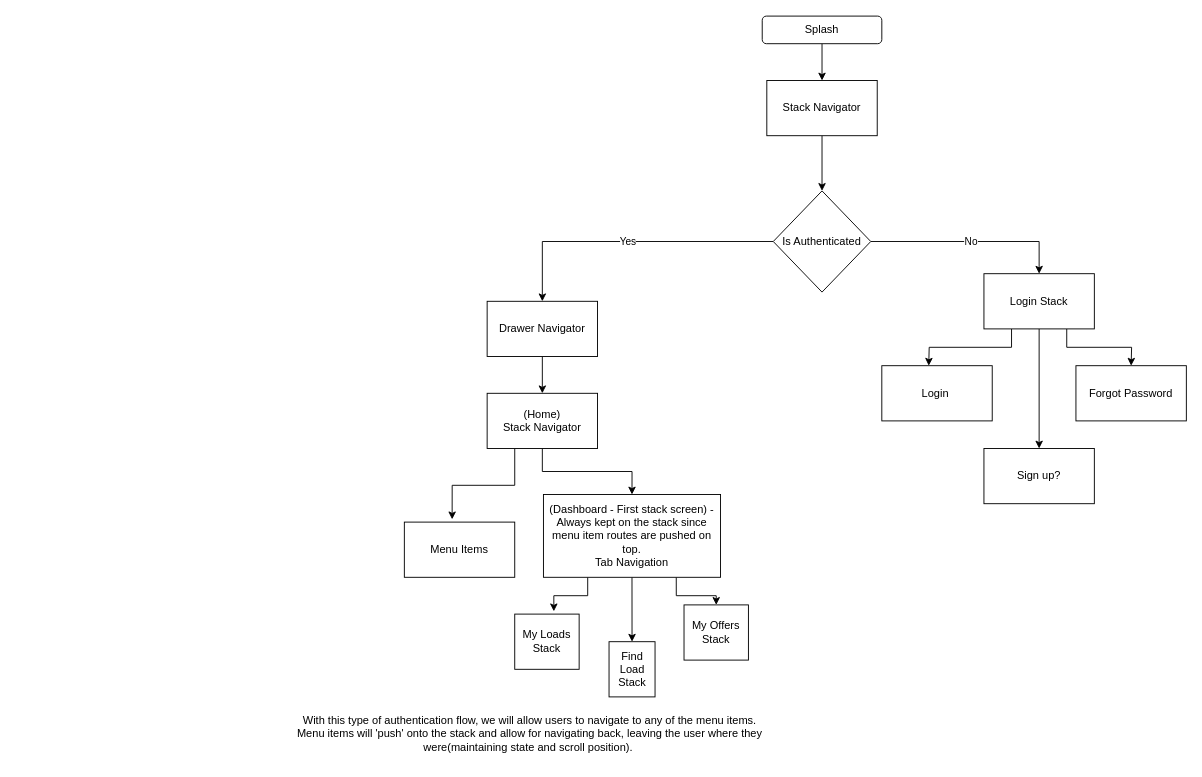
The draw.io diagram navigation.drawio in beesnat-chr/navigation_diagram, before the edit. Source tidied: cells renumbered, new cells numbered last; positions are measured from the earlier drawing's top-left corner, leaving out a move shared by most shapes. Both pictures are drawn from the tidied source at 92%, with x=0, y=0 at pixel (285, 16).
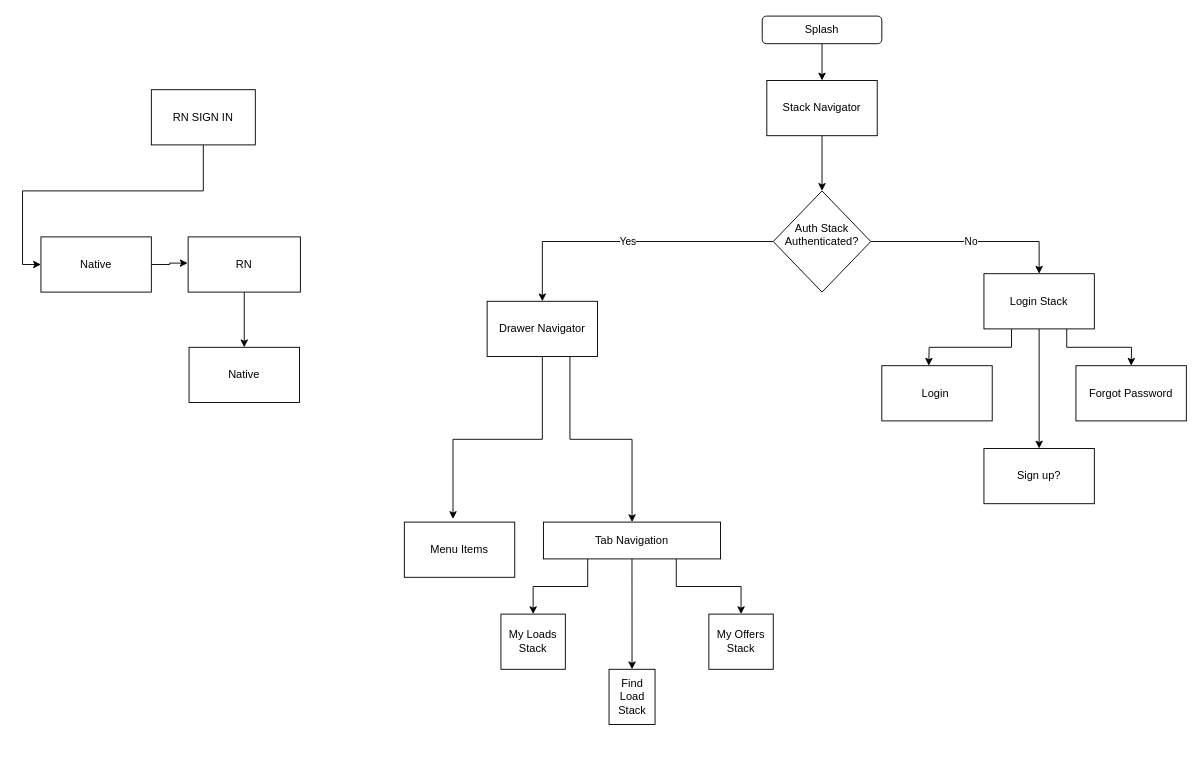
Above is the later version.

Unchanged cells that the change refers to:
```xml
<mxCell id="10" value="Drawer Navigator" style="rounded=0;whiteSpace=wrap;html=1;" parent="1" vertex="1">
  <mxGeometry x="219" y="310" width="120" height="60" as="geometry" />
</mxCell>
<mxCell id="21" value="Menu Items" style="rounded=0;whiteSpace=wrap;html=1;" parent="1" vertex="1">
  <mxGeometry x="129" y="550" width="120" height="60" as="geometry" />
</mxCell>
```

What changed in the source:
```diff
@@
-    <mxCell id="8" value="Is Authenticated" style="rhombus;whiteSpace=wrap;html=1;" parent="1" vertex="1">
+    <mxCell id="8" value="Auth Stack&lt;br&gt;Authenticated?&lt;br&gt;&amp;nbsp;" style="rhombus;whiteSpace=wrap;html=1;" parent="1" vertex="1">
       <mxGeometry x="530" y="190" width="106" height="110" as="geometry" />
     </mxCell>
-    <mxCell id="9" style="edgeStyle=orthogonalEdgeStyle;rounded=0;jettySize=auto;html=1;exitX=0.5;exitY=1;exitDx=0;exitDy=0;entryX=0.5;entryY=0;entryDx=0;entryDy=0;" parent="1" edge="1" source="10" target="13">
+    <mxCell id="9" style="edgeStyle=orthogonalEdgeStyle;rounded=0;jettySize=auto;html=1;exitX=0.5;exitY=1;exitDx=0;exitDy=0;entryX=0.441;entryY=-0.056;entryDx=0;entryDy=0;entryPerimeter=0;" parent="1" edge="1" source="10" target="21">
       <mxGeometry relative="1" as="geometry" />
     </mxCell>
+    <mxCell id="30" style="edgeStyle=orthogonalEdgeStyle;rounded=0;jettySize=auto;html=1;exitX=0.75;exitY=1;exitDx=0;exitDy=0;" parent="1" edge="1" source="10" target="17">
+      <mxGeometry relative="1" as="geometry" />
+    </mxCell>
@@
-    <mxCell id="11" style="edgeStyle=orthogonalEdgeStyle;rounded=0;jettySize=auto;html=1;exitX=0.5;exitY=1;exitDx=0;exitDy=0;entryX=0.5;entryY=0;entryDx=0;entryDy=0;" parent="1" edge="1" source="13" target="17">
-      <mxGeometry relative="1" as="geometry" />
-    </mxCell>
-    <mxCell id="12" style="edgeStyle=orthogonalEdgeStyle;rounded=0;jettySize=auto;html=1;exitX=0.25;exitY=1;exitDx=0;exitDy=0;entryX=0.433;entryY=-0.05;entryDx=0;entryDy=0;entryPerimeter=0;" parent="1" edge="1" source="13" target="21">
-      <mxGeometry relative="1" as="geometry" />
-    </mxCell>
-    <mxCell id="13" value="(Home)&lt;br&gt;Stack Navigator" style="rounded=0;whiteSpace=wrap;html=1;" parent="1" vertex="1">
-      <mxGeometry x="219" y="410" width="120" height="60" as="geometry" />
-    </mxCell>
-    <mxCell id="14" style="edgeStyle=orthogonalEdgeStyle;rounded=0;jettySize=auto;html=1;exitX=0.25;exitY=1;exitDx=0;exitDy=0;entryX=0.607;entryY=-0.05;entryDx=0;entryDy=0;entryPerimeter=0;" parent="1" edge="1" source="17" target="18">
+    <mxCell id="14" style="edgeStyle=orthogonalEdgeStyle;rounded=0;jettySize=auto;html=1;exitX=0.25;exitY=1;exitDx=0;exitDy=0;entryX=0.5;entryY=0;entryDx=0;entryDy=0;" parent="1" edge="1" source="17" target="18">
       <mxGeometry relative="1" as="geometry" />
     </mxCell>
@@
-    <mxCell id="17" value="(Dashboard - First stack screen) - Always kept on the stack since menu item routes are pushed on top.&lt;br&gt;Tab Navigation" style="rounded=0;whiteSpace=wrap;html=1;" parent="1" vertex="1">
-      <mxGeometry x="280.2" y="520" width="192.5" height="90" as="geometry" />
+    <mxCell id="17" value="Tab Navigation" style="rounded=0;whiteSpace=wrap;html=1;" parent="1" vertex="1">
+      <mxGeometry x="280.2" y="550" width="192.5" height="40" as="geometry" />
     </mxCell>
     <mxCell id="18" value="My Loads Stack" style="rounded=0;whiteSpace=wrap;html=1;" parent="1" vertex="1">
-      <mxGeometry x="249" y="650" width="70" height="60" as="geometry" />
+      <mxGeometry x="234" y="650" width="70" height="60" as="geometry" />
     </mxCell>
     <mxCell id="19" value="Find Load Stack" style="rounded=0;whiteSpace=wrap;html=1;" parent="1" vertex="1">
-      <mxGeometry x="351.5" y="680" width="50" height="60" as="geometry" />
+      <mxGeometry x="351.5" y="710" width="50" height="60" as="geometry" />
     </mxCell>
     <mxCell id="20" value="My Offers Stack" style="rounded=0;whiteSpace=wrap;html=1;" parent="1" vertex="1">
-      <mxGeometry x="433" y="640" width="70" height="60" as="geometry" />
+      <mxGeometry x="460" y="650" width="70" height="60" as="geometry" />
     </mxCell>
@@
-    <mxCell id="29" value="With this type of authentication flow, we will allow users to navigate to any of the menu items. &lt;br&gt;Menu items will 'push' onto the stack and allow for navigating back, leaving the user where they &lt;br&gt;were(maintaining state and scroll position).&amp;nbsp;" style="text;html=1;align=center;verticalAlign=middle;fillColor=#FFFFFF;" parent="1" vertex="1">
-      <mxGeometry y="750" width="530" height="60" as="geometry" />
-    </mxCell>
+    <mxCell id="31" style="edgeStyle=orthogonalEdgeStyle;rounded=0;jettySize=auto;html=1;entryX=0;entryY=0.5;entryDx=0;entryDy=0;" parent="1" edge="1" source="32" target="34">
+      <mxGeometry relative="1" as="geometry" />
+    </mxCell>
+    <mxCell id="32" value="RN SIGN IN" style="rounded=0;whiteSpace=wrap;html=1;" parent="1" vertex="1">
+      <mxGeometry x="-146" y="80" width="113" height="60" as="geometry" />
+    </mxCell>
+    <mxCell id="33" style="edgeStyle=orthogonalEdgeStyle;rounded=0;jettySize=auto;html=1;entryX=-0.004;entryY=0.475;entryDx=0;entryDy=0;entryPerimeter=0;" parent="1" edge="1" source="34" target="36">
+      <mxGeometry relative="1" as="geometry" />
+    </mxCell>
+    <mxCell id="34" value="Native" style="rounded=0;whiteSpace=wrap;html=1;" parent="1" vertex="1">
+      <mxGeometry x="-266" y="240" width="120" height="60" as="geometry" />
+    </mxCell>
+    <mxCell id="35" style="edgeStyle=orthogonalEdgeStyle;rounded=0;jettySize=auto;html=1;" parent="1" edge="1" source="36" target="37">
+      <mxGeometry relative="1" as="geometry" />
+    </mxCell>
+    <mxCell id="36" value="RN" style="rounded=0;whiteSpace=wrap;html=1;" parent="1" vertex="1">
+      <mxGeometry x="-106" y="240" width="122" height="60" as="geometry" />
+    </mxCell>
+    <mxCell id="37" value="Native" style="rounded=0;whiteSpace=wrap;html=1;" parent="1" vertex="1">
+      <mxGeometry x="-105" y="360" width="120" height="60" as="geometry" />
+    </mxCell>
```
